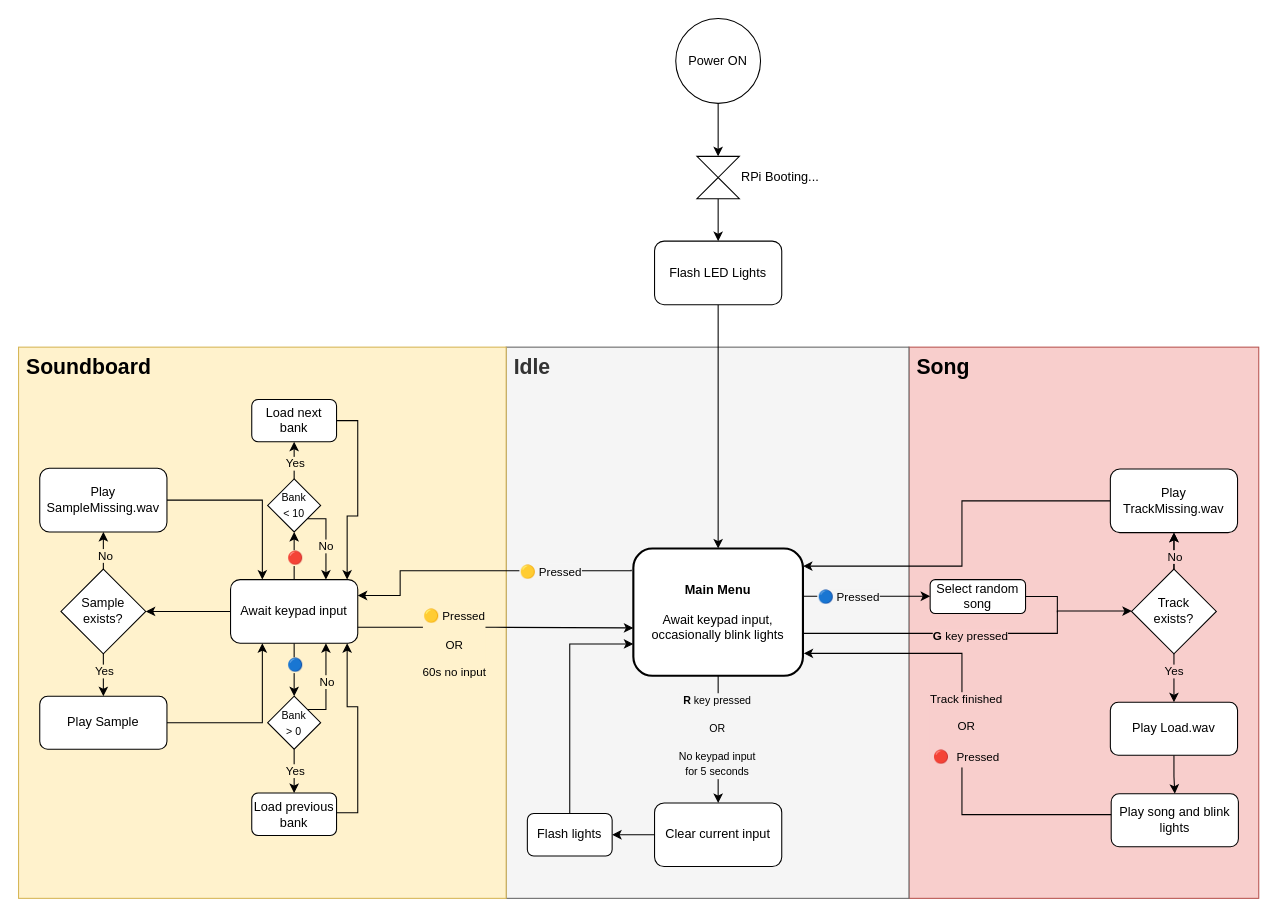
Before: Docs/Diag.drawio in TuDo-Makerspace/Jukebox, a draw.io diagram. Source tidied: cells renumbered, new cells numbered last; positions are measured from the earlier drawing's top-left corner, leaving out a move shared by most shapes. Both pictures are drawn from the tidied source at 106%, with x=0, y=0 at pixel (18, 18).
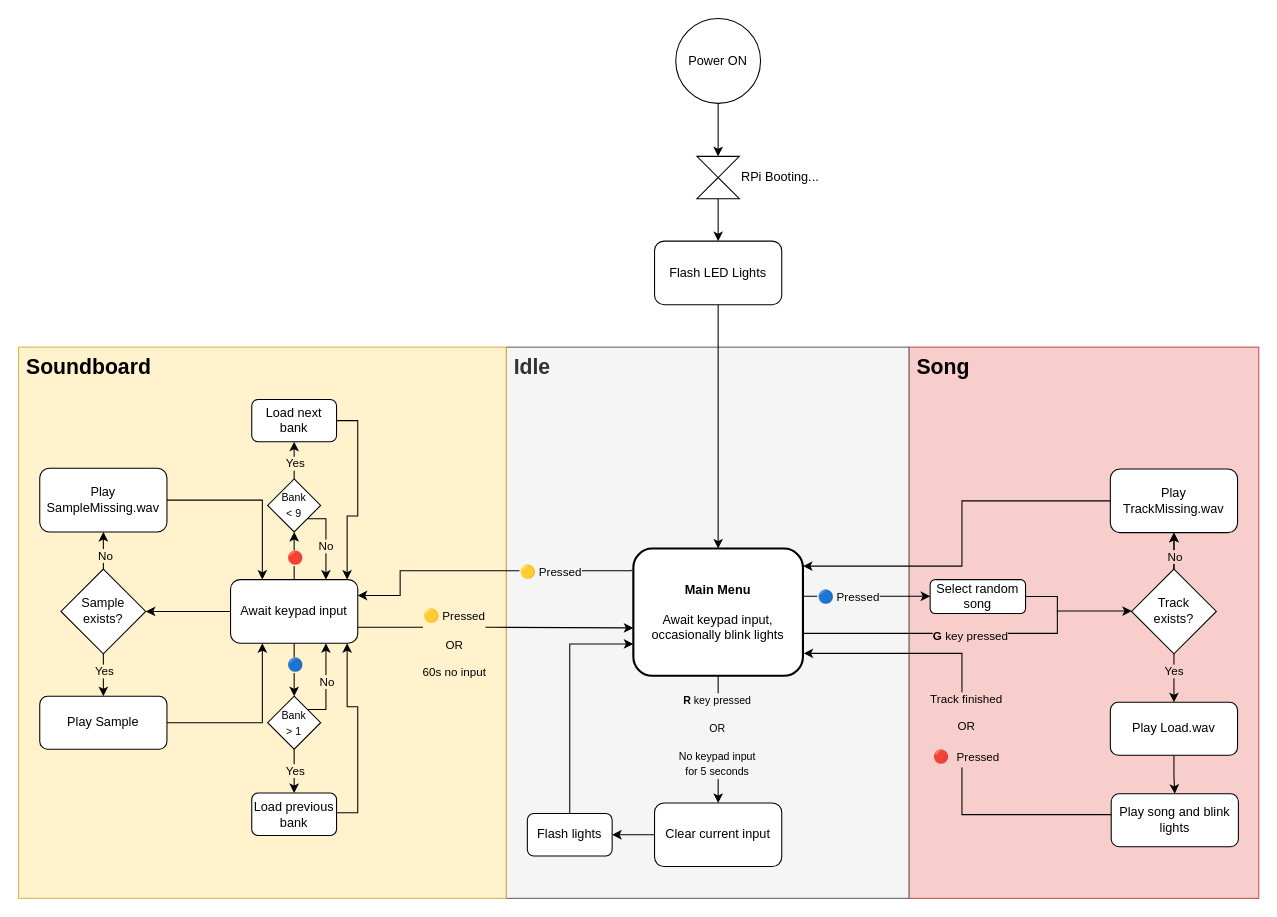
The same page after the edit.

Commit message (it also covers changes not shown here):
Flowchart: Minor correction

The edit, as a diff of the source:
```diff
@@
-    <mxCell id="56" value="&lt;font style=&quot;font-size: 10px;&quot;&gt;Bank &lt;br&gt;&amp;lt; 10&lt;/font&gt;" style="rhombus;whiteSpace=wrap;html=1;" parent="1" vertex="1">
+    <mxCell id="56" value="&lt;font style=&quot;font-size: 10px;&quot;&gt;Bank &lt;br&gt;&amp;lt; 9&lt;/font&gt;" style="rhombus;whiteSpace=wrap;html=1;" parent="1" vertex="1">
       <mxGeometry x="235" y="434.3" width="50" height="50" as="geometry" />
     </mxCell>
@@
-    <mxCell id="63" value="&lt;font style=&quot;font-size: 10px;&quot;&gt;Bank &lt;br&gt;&amp;gt; 0&lt;/font&gt;" style="rhombus;whiteSpace=wrap;html=1;" parent="1" vertex="1">
+    <mxCell id="63" value="&lt;font style=&quot;font-size: 10px;&quot;&gt;Bank &lt;br&gt;&amp;gt; 1&lt;/font&gt;" style="rhombus;whiteSpace=wrap;html=1;" parent="1" vertex="1">
       <mxGeometry x="235" y="639.3" width="50" height="50" as="geometry" />
     </mxCell>
```
